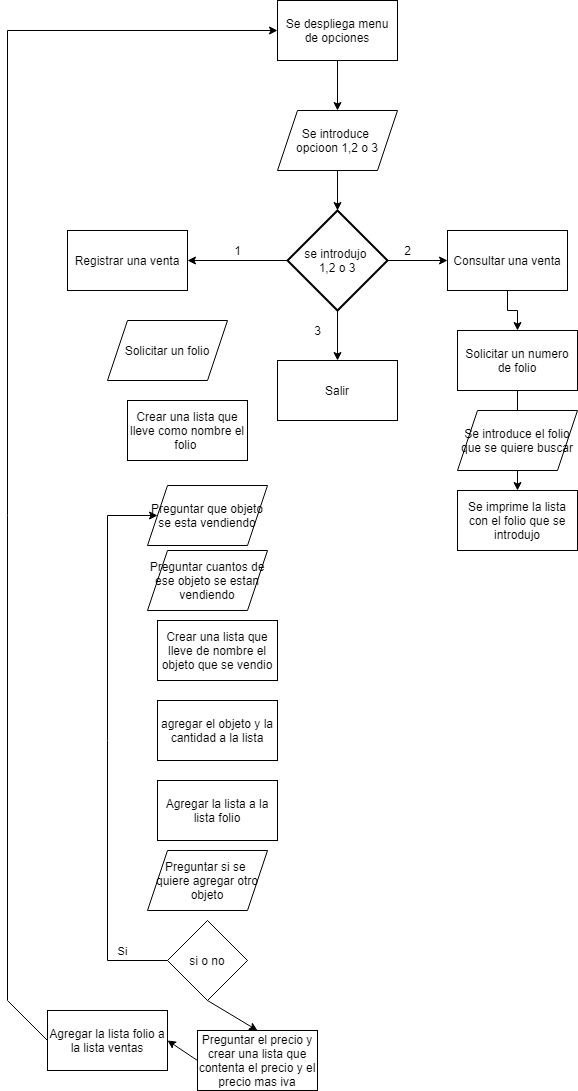
The draw.io diagram FLowchart.png in elCherrys/Evidencia-1, before a commit. Source tidied: cells renumbered, new cells last; positions are measured from the earlier drawing's top-left corner, leaving out a move shared by most shapes.
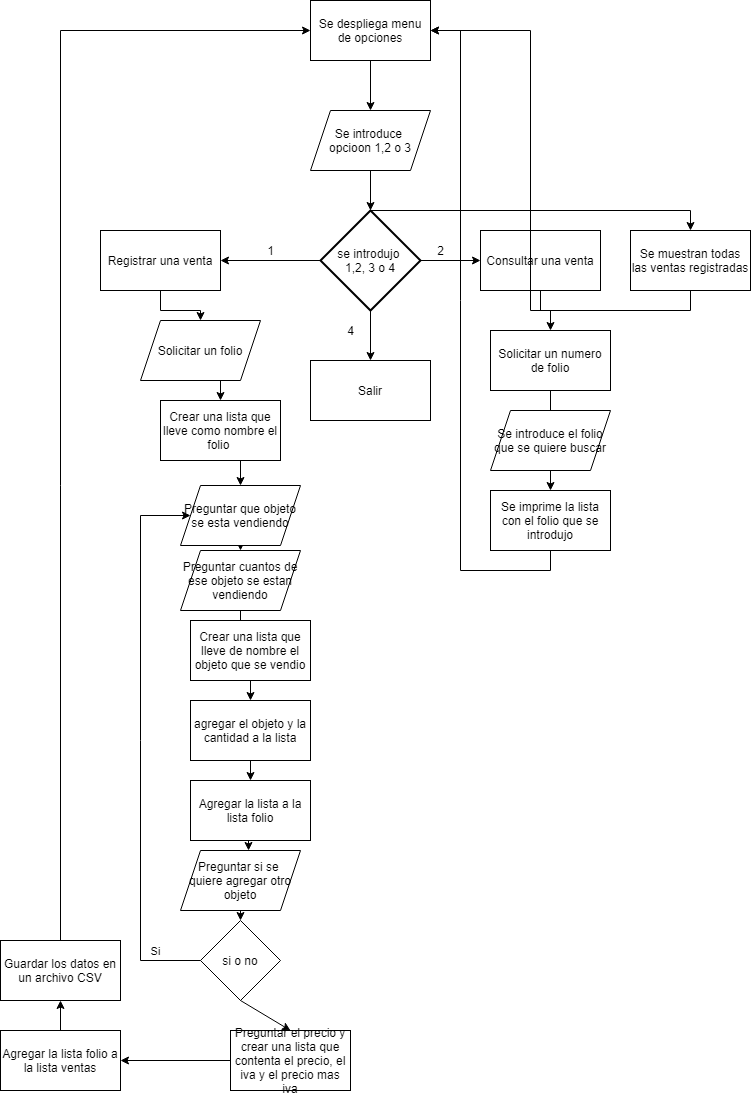
After the commit.

Diff of the diagram source:
```diff
@@ -17,9 +17,12 @@
     <mxCell id="6" style="edgeStyle=orthogonalEdgeStyle;rounded=0;jettySize=auto;html=1;" parent="1" edge="1" source="7" target="15">
       <mxGeometry relative="1" as="geometry" />
     </mxCell>
-    <mxCell id="7" value="se introdujo&amp;nbsp;&lt;br&gt;1,2 o 3" style="strokeWidth=2;html=1;shape=mxgraph.flowchart.decision;whiteSpace=wrap;" parent="1" vertex="1">
+    <mxCell id="7" value="se introdujo&amp;nbsp;&lt;br&gt;1,2, 3 o 4" style="strokeWidth=2;html=1;shape=mxgraph.flowchart.decision;whiteSpace=wrap;" parent="1" vertex="1">
       <mxGeometry x="280" y="210" width="100" height="100" as="geometry" />
     </mxCell>
+    <mxCell id="37" style="edgeStyle=orthogonalEdgeStyle;rounded=0;jettySize=auto;html=1;exitX=0.5;exitY=1;exitDx=0;exitDy=0;" parent="1" edge="1" source="8" target="17">
+      <mxGeometry relative="1" as="geometry" />
+    </mxCell>
     <mxCell id="8" value="Registrar una venta" style="rounded=0;whiteSpace=wrap;html=1;" parent="1" vertex="1">
       <mxGeometry x="60" y="230" width="120" height="60" as="geometry" />
     </mxCell>
@@ -44,27 +47,48 @@
     <mxCell id="15" value="Salir" style="rounded=0;whiteSpace=wrap;html=1;" parent="1" vertex="1">
       <mxGeometry x="270" y="360" width="120" height="60" as="geometry" />
     </mxCell>
-    <mxCell id="16" value="3" style="text;html=1;align=center;verticalAlign=middle;strokeColor=none;fillColor=none;" parent="1" vertex="1">
+    <mxCell id="16" value="4" style="text;html=1;align=center;verticalAlign=middle;strokeColor=none;fillColor=none;" parent="1" vertex="1">
       <mxGeometry x="300" y="320" width="20" height="20" as="geometry" />
     </mxCell>
+    <mxCell id="38" style="edgeStyle=orthogonalEdgeStyle;rounded=0;jettySize=auto;html=1;exitX=0.5;exitY=1;exitDx=0;exitDy=0;entryX=0.5;entryY=0;entryDx=0;entryDy=0;" parent="1" edge="1" source="17" target="18">
+      <mxGeometry relative="1" as="geometry" />
+    </mxCell>
     <mxCell id="17" value="Solicitar un folio" style="shape=parallelogram;perimeter=parallelogramPerimeter;whiteSpace=wrap;html=1;fixedSize=1;" parent="1" vertex="1">
       <mxGeometry x="100" y="320" width="120" height="60" as="geometry" />
     </mxCell>
+    <mxCell id="39" style="edgeStyle=orthogonalEdgeStyle;rounded=0;jettySize=auto;html=1;exitX=0.5;exitY=1;exitDx=0;exitDy=0;entryX=0.5;entryY=0;entryDx=0;entryDy=0;" parent="1" edge="1" source="18" target="19">
+      <mxGeometry relative="1" as="geometry" />
+    </mxCell>
     <mxCell id="18" value="Crear una lista que lleve como nombre el folio&amp;nbsp;" style="rounded=0;whiteSpace=wrap;html=1;" parent="1" vertex="1">
       <mxGeometry x="120" y="400" width="120" height="60" as="geometry" />
     </mxCell>
+    <mxCell id="40" style="edgeStyle=orthogonalEdgeStyle;rounded=0;jettySize=auto;html=1;exitX=0.5;exitY=1;exitDx=0;exitDy=0;entryX=0.5;entryY=0;entryDx=0;entryDy=0;" parent="1" edge="1" source="19" target="20">
+      <mxGeometry relative="1" as="geometry" />
+    </mxCell>
     <mxCell id="19" value="Preguntar que objeto se esta vendiendo" style="shape=parallelogram;perimeter=parallelogramPerimeter;whiteSpace=wrap;html=1;fixedSize=1;" parent="1" vertex="1">
       <mxGeometry x="140" y="485" width="120" height="60" as="geometry" />
     </mxCell>
+    <mxCell id="41" style="edgeStyle=orthogonalEdgeStyle;rounded=0;jettySize=auto;html=1;exitX=0.5;exitY=1;exitDx=0;exitDy=0;" parent="1" edge="1" source="20" target="21">
+      <mxGeometry relative="1" as="geometry" />
+    </mxCell>
     <mxCell id="20" value="Preguntar cuantos de ese objeto se estan vendiendo" style="shape=parallelogram;perimeter=parallelogramPerimeter;whiteSpace=wrap;html=1;fixedSize=1;" parent="1" vertex="1">
       <mxGeometry x="140" y="550" width="120" height="60" as="geometry" />
     </mxCell>
+    <mxCell id="42" style="edgeStyle=orthogonalEdgeStyle;rounded=0;jettySize=auto;html=1;exitX=0.5;exitY=1;exitDx=0;exitDy=0;entryX=0.5;entryY=0;entryDx=0;entryDy=0;" parent="1" edge="1" source="21" target="22">
+      <mxGeometry relative="1" as="geometry" />
+    </mxCell>
     <mxCell id="21" value="Crear una lista que lleve de nombre el objeto que se vendio" style="rounded=0;whiteSpace=wrap;html=1;" parent="1" vertex="1">
       <mxGeometry x="150" y="620" width="120" height="60" as="geometry" />
     </mxCell>
+    <mxCell id="43" style="edgeStyle=orthogonalEdgeStyle;rounded=0;jettySize=auto;html=1;exitX=0.5;exitY=1;exitDx=0;exitDy=0;entryX=0.5;entryY=0;entryDx=0;entryDy=0;" parent="1" edge="1" source="22" target="28">
+      <mxGeometry relative="1" as="geometry" />
+    </mxCell>
     <mxCell id="22" value="agregar el objeto y la cantidad a la lista" style="rounded=0;whiteSpace=wrap;html=1;" parent="1" vertex="1">
       <mxGeometry x="150" y="700" width="120" height="60" as="geometry" />
     </mxCell>
+    <mxCell id="44" style="edgeStyle=orthogonalEdgeStyle;rounded=0;jettySize=auto;html=1;exitX=0.5;exitY=1;exitDx=0;exitDy=0;entryX=0.5;entryY=0;entryDx=0;entryDy=0;" parent="1" edge="1" source="23" target="24">
+      <mxGeometry relative="1" as="geometry" />
+    </mxCell>
     <mxCell id="23" value="Preguntar si se&amp;nbsp;&lt;br&gt;quiere agregar otro objeto" style="shape=parallelogram;perimeter=parallelogramPerimeter;whiteSpace=wrap;html=1;fixedSize=1;" parent="1" vertex="1">
       <mxGeometry x="140" y="850" width="120" height="60" as="geometry" />
     </mxCell>
@@ -85,25 +109,22 @@
         <mxPoint y="-6" as="offset" />
       </mxGeometry>
     </mxCell>
-    <mxCell id="27" style="endArrow=classic;html=1;rounded=0;entryX=0;entryY=0.5;entryDx=0;entryDy=0;" parent="1" edge="1" target="3">
-      <mxGeometry relative="1" as="geometry">
-        <mxPoint x="40" y="1040" as="sourcePoint" />
-        <Array as="points">
-          <mxPoint y="1000" />
-          <mxPoint y="30" />
-        </Array>
-      </mxGeometry>
-    </mxCell>
+    <mxCell id="45" style="edgeStyle=orthogonalEdgeStyle;rounded=0;jettySize=auto;html=1;exitX=0.5;exitY=1;exitDx=0;exitDy=0;entryX=0.567;entryY=0;entryDx=0;entryDy=0;entryPerimeter=0;" parent="1" edge="1" source="28" target="23">
+      <mxGeometry relative="1" as="geometry" />
+    </mxCell>
     <mxCell id="28" value="Agregar la lista a la lista folio" style="rounded=0;whiteSpace=wrap;html=1;" parent="1" vertex="1">
       <mxGeometry x="150" y="780" width="120" height="60" as="geometry" />
     </mxCell>
+    <mxCell id="46" style="edgeStyle=orthogonalEdgeStyle;rounded=0;jettySize=auto;html=1;exitX=0.5;exitY=0;exitDx=0;exitDy=0;entryX=0.5;entryY=1;entryDx=0;entryDy=0;" parent="1" edge="1" source="29" target="53">
+      <mxGeometry relative="1" as="geometry" />
+    </mxCell>
     <mxCell id="29" value="Agregar la lista folio a la lista ventas" style="rounded=0;whiteSpace=wrap;html=1;" parent="1" vertex="1">
-      <mxGeometry x="40" y="1010" width="120" height="60" as="geometry" />
+      <mxGeometry x="-40" y="1030" width="120" height="60" as="geometry" />
     </mxCell>
     <mxCell id="30" style="endArrow=classic;html=1;rounded=0;exitX=0.5;exitY=1;exitDx=0;exitDy=0;entryX=0.5;entryY=0;entryDx=0;entryDy=0;" parent="1" edge="1" source="24" target="31">
       <mxGeometry relative="1" as="geometry" />
     </mxCell>
-    <mxCell id="31" value="Preguntar el precio y crear una lista que contenta el precio y el precio mas iva" style="rounded=0;whiteSpace=wrap;html=1;" parent="1" vertex="1">
+    <mxCell id="31" value="Preguntar el precio y crear una lista que contenta el precio, el iva y el precio mas iva" style="rounded=0;whiteSpace=wrap;html=1;" parent="1" vertex="1">
       <mxGeometry x="190" y="1030" width="120" height="60" as="geometry" />
     </mxCell>
     <mxCell id="32" style="endArrow=classic;html=1;rounded=0;exitX=0;exitY=0.5;exitDx=0;exitDy=0;entryX=1;entryY=0.5;entryDx=0;entryDy=0;" parent="1" edge="1" source="31" target="29">
@@ -118,8 +139,36 @@
     <mxCell id="35" value="Se introduce el folio que se quiere buscar" style="shape=parallelogram;perimeter=parallelogramPerimeter;whiteSpace=wrap;html=1;fixedSize=1;" parent="1" vertex="1">
       <mxGeometry x="450" y="410" width="120" height="60" as="geometry" />
     </mxCell>
+    <mxCell id="47" style="edgeStyle=orthogonalEdgeStyle;rounded=0;jettySize=auto;html=1;exitX=0.5;exitY=1;exitDx=0;exitDy=0;entryX=1;entryY=0.5;entryDx=0;entryDy=0;" parent="1" edge="1" source="36" target="3">
+      <mxGeometry relative="1" as="geometry" />
+    </mxCell>
     <mxCell id="36" value="Se imprime la lista con el folio que se introdujo" style="rounded=0;whiteSpace=wrap;html=1;" parent="1" vertex="1">
       <mxGeometry x="450" y="490" width="120" height="60" as="geometry" />
     </mxCell>
+    <mxCell id="48" style="edgeStyle=orthogonalEdgeStyle;rounded=0;jettySize=auto;html=1;exitX=0.5;exitY=1;exitDx=0;exitDy=0;entryX=1;entryY=0.5;entryDx=0;entryDy=0;" parent="1" edge="1" source="49" target="3">
+      <mxGeometry relative="1" as="geometry" />
+    </mxCell>
+    <mxCell id="49" value="Se muestran todas las ventas registradas" style="rounded=0;whiteSpace=wrap;html=1;" parent="1" vertex="1">
+      <mxGeometry x="590" y="230" width="120" height="60" as="geometry" />
+    </mxCell>
+    <mxCell id="50" style="endArrow=none;html=1;rounded=0;exitX=0.5;exitY=0;exitDx=0;exitDy=0;exitPerimeter=0;" parent="1" edge="1" source="7">
+      <mxGeometry relative="1" as="geometry">
+        <mxPoint x="650" y="210" as="targetPoint" />
+        <Array as="points">
+          <mxPoint x="420" y="210" />
+        </Array>
+      </mxGeometry>
+    </mxCell>
+    <mxCell id="51" style="endArrow=classic;html=1;rounded=0;entryX=0.5;entryY=0;entryDx=0;entryDy=0;" parent="1" edge="1" target="49">
+      <mxGeometry relative="1" as="geometry">
+        <mxPoint x="650" y="210" as="sourcePoint" />
+      </mxGeometry>
+    </mxCell>
+    <mxCell id="52" style="edgeStyle=orthogonalEdgeStyle;rounded=0;jettySize=auto;html=1;exitX=0.5;exitY=0;exitDx=0;exitDy=0;entryX=0;entryY=0.5;entryDx=0;entryDy=0;" parent="1" edge="1" source="53" target="3">
+      <mxGeometry relative="1" as="geometry" />
+    </mxCell>
+    <mxCell id="53" value="Guardar los datos en un archivo CSV" style="rounded=0;whiteSpace=wrap;html=1;" parent="1" vertex="1">
+      <mxGeometry x="-40" y="940" width="120" height="60" as="geometry" />
+    </mxCell>
   </root>
 </mxGraphModel>
```
